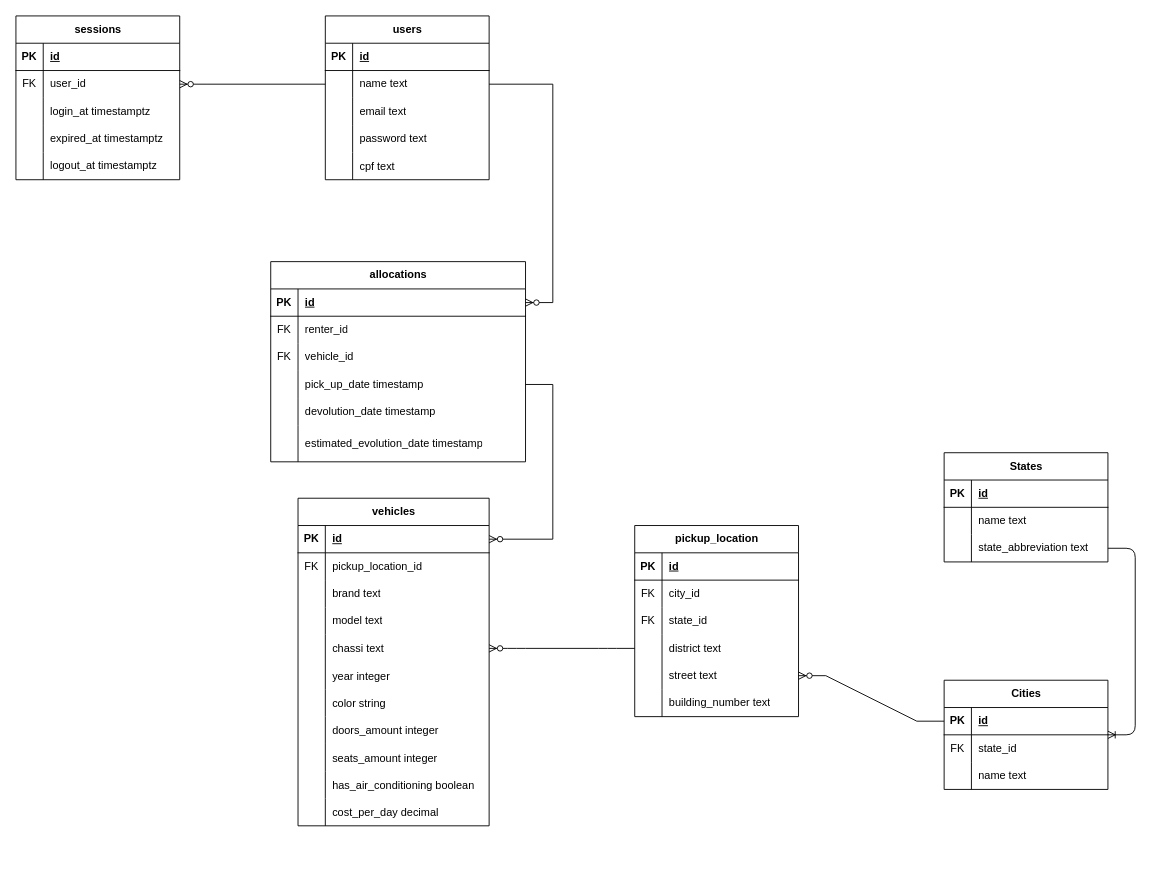
Above: docs/model.drawio in RobertCrysthian/go-vehicle-allocation (draw.io), before the change. Source tidied: cells renumbered, new cells numbered last; positions are measured from the earlier drawing's top-left corner, leaving out a move shared by most shapes. Both pictures are drawn from the tidied source at 91%, with x=0, y=0 at pixel (15, 15).
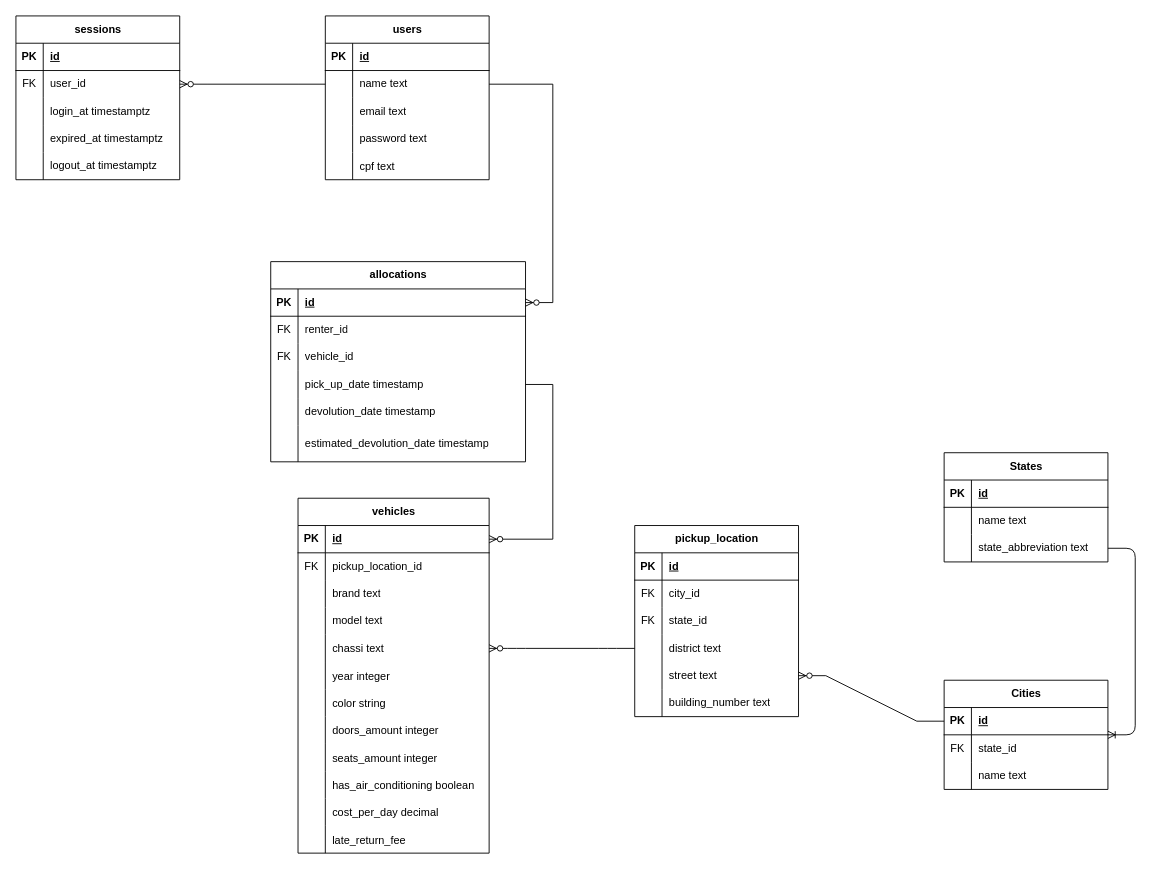
The same diagram, later.

Commit message:
Atualizando modelagem

The change refers to these unchanged cells:
```xml
<mxCell id="104" style="shape=tableRow;horizontal=0;startSize=0;swimlaneHead=0;swimlaneBody=0;fillColor=none;top=0;left=0;right=0;bottom=0;" parent="88" vertex="1">
  <mxGeometry y="180" width="280" height="40" as="geometry" />
</mxCell>
```

Change to the diagram source:
```diff
@@
     <mxCell id="35" value="vehicles" style="shape=table;startSize=30;childLayout=tableLayout;rowLines=0;fontStyle=1;align=center;html=1;" parent="1" vertex="1">
-      <mxGeometry x="310" y="530" width="210" height="360" as="geometry" />
+      <mxGeometry x="310" y="530" width="210" height="390" as="geometry" />
     </mxCell>
@@
+    <mxCell id="132" style="shape=tableRow;horizontal=0;startSize=0;swimlaneHead=0;swimlaneBody=0;fillColor=none;top=0;left=0;right=0;bottom=0;" parent="35" vertex="1">
+      <mxGeometry y="360" width="210" height="30" as="geometry" />
+    </mxCell>
+    <mxCell id="133" style="shape=partialRectangle;fillColor=none;top=0;left=0;bottom=0;right=0;overflow=hidden;" parent="132" vertex="1">
+      <mxGeometry width="30" height="30" as="geometry" />
+    </mxCell>
+    <mxCell id="134" value="late_return_fee" style="shape=partialRectangle;fillColor=none;top=0;left=0;bottom=0;right=0;align=left;spacingLeft=6;overflow=hidden;" parent="132" vertex="1">
+      <mxGeometry x="30" width="180" height="30" as="geometry" />
+    </mxCell>
@@
-    <mxCell id="106" value="estimated_evolution_date timestamp" style="shape=partialRectangle;fillColor=none;top=0;left=0;bottom=0;right=0;align=left;spacingLeft=6;overflow=hidden;whiteSpace=wrap;html=1;" parent="104" vertex="1">
+    <mxCell id="106" value="estimated_devolution_date timestamp" style="shape=partialRectangle;fillColor=none;top=0;left=0;bottom=0;right=0;align=left;spacingLeft=6;overflow=hidden;whiteSpace=wrap;html=1;" parent="104" vertex="1">
       <mxGeometry x="30" width="250" height="40" as="geometry" />
     </mxCell>
```
